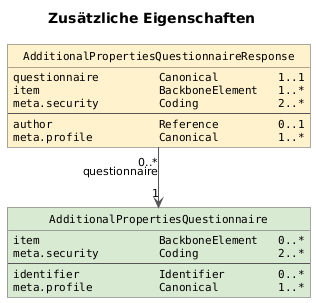
This is rki.emiga.common/guides/implementationguides.common/PlantUML/PNGs/AdditionalPropertiesClasses.png from robert-koch-institut/rki.emiga.common, a PlantUML export, as it was before one commit.
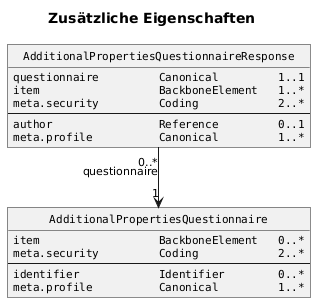
Above is the later version.

The edit, as a diff of the source:
```diff
@@ -9,13 +9,11 @@
 skinparam defaultFontSize 11
 skinparam classAttributeFontName Monospaced
 
-skinparam ArrowColor #555555
-skinparam classBorderColor #555555
 
 hide circle
 
 
-class "AdditionalPropertiesQuestionnaire" as Questionnaire #D9EAD3 {
+class "AdditionalPropertiesQuestionnaire" as Questionnaire {
   item                  BackboneElement   0..*
   meta.security         Coding            2..*
   --
@@ -23,7 +21,7 @@
   meta.profile          Canonical         1..*
 }
 
-class "AdditionalPropertiesQuestionnaireResponse" as Response #FFF2CC {
+class "AdditionalPropertiesQuestionnaireResponse" as Response {
   questionnaire         Canonical         1..1
   item                  BackboneElement   1..*
   meta.security         Coding            2..*
```
